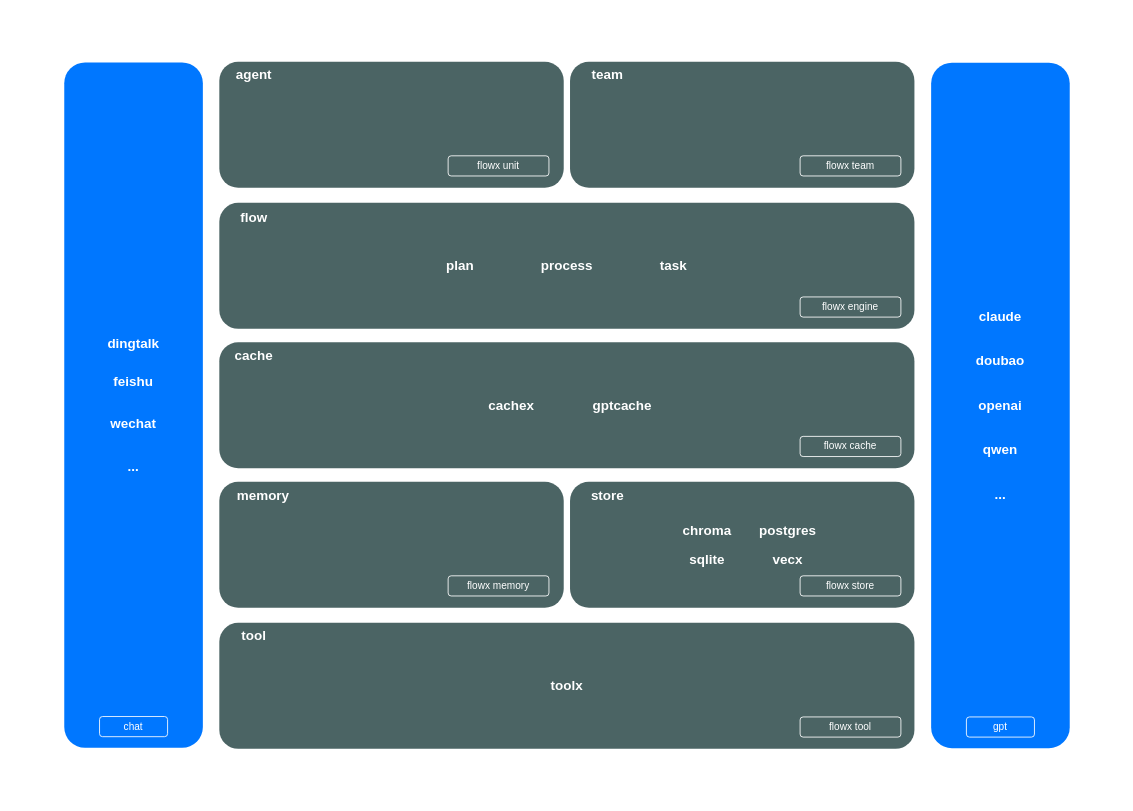
The draw.io diagram arch.drawio in ai-flowx/flowx, before the edit. Source tidied: cells renumbered, new cells numbered last; positions are measured from the earlier drawing's top-left corner, leaving out a move shared by most shapes. Both pictures are drawn from the tidied source at 84%, with x=0, y=0 at pixel (14, 14).
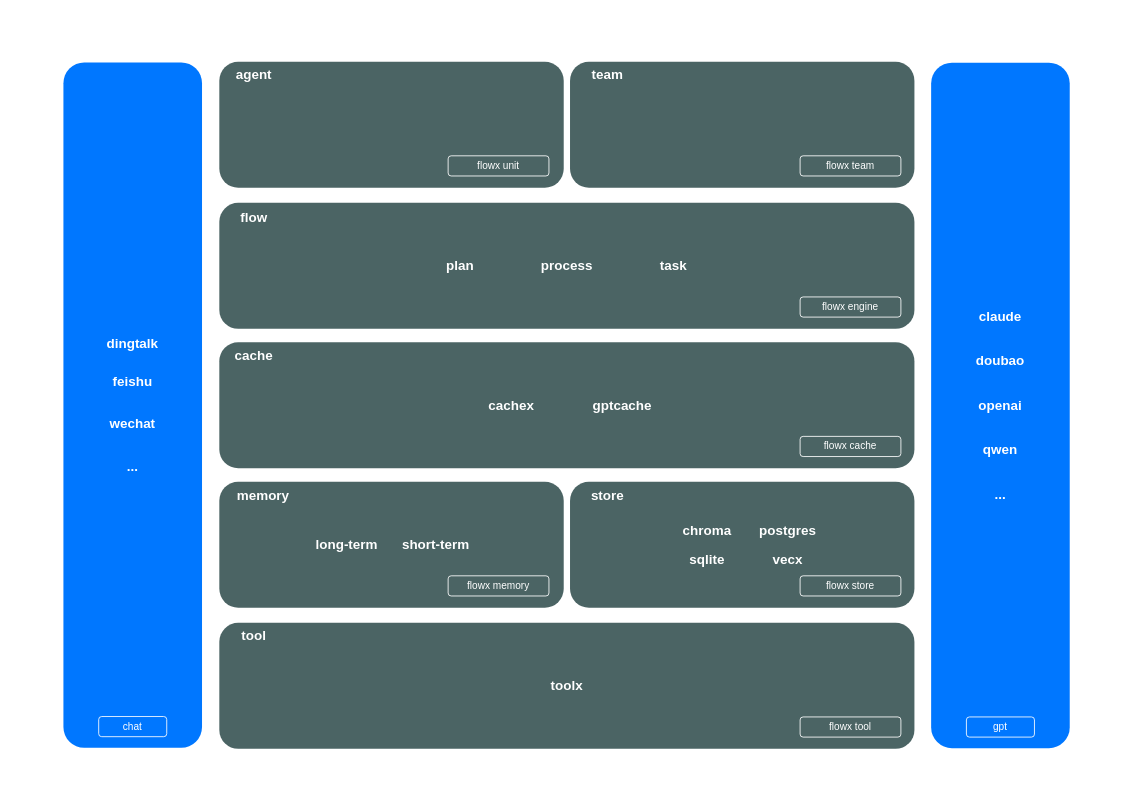
After the change.

Diff of the diagram source:
```diff
@@
     <mxCell id="3" style="rounded=1;whiteSpace=wrap;html=1;fillColor=#0077FF;strokeColor=none;" parent="1" vertex="1">
-      <mxGeometry x="59" y="56.8" width="165" height="816" as="geometry" />
+      <mxGeometry x="58" y="56.8" width="165" height="816" as="geometry" />
     </mxCell>
@@
     <mxCell id="13" value="&lt;b&gt;wechat&lt;/b&gt;" style="text;html=1;strokeColor=none;fillColor=none;align=center;verticalAlign=middle;whiteSpace=wrap;rounded=0;fontSize=16;fontColor=#FFFFFF;" parent="1" vertex="1">
-      <mxGeometry x="96" y="471.1" width="91" height="30" as="geometry" />
+      <mxGeometry x="95" y="471.1" width="91" height="30" as="geometry" />
     </mxCell>
     <mxCell id="14" value="&lt;b&gt;...&lt;/b&gt;" style="text;html=1;strokeColor=none;fillColor=none;align=center;verticalAlign=middle;whiteSpace=wrap;rounded=0;fontSize=16;fontColor=#FFFFFF;" parent="1" vertex="1">
-      <mxGeometry x="96" y="523.1" width="91" height="30" as="geometry" />
+      <mxGeometry x="95" y="523.1" width="91" height="30" as="geometry" />
     </mxCell>
     <mxCell id="15" value="&lt;b&gt;feishu&lt;/b&gt;" style="text;html=1;strokeColor=none;fillColor=none;align=center;verticalAlign=middle;whiteSpace=wrap;rounded=0;fontSize=16;fontColor=#FFFFFF;" parent="1" vertex="1">
-      <mxGeometry x="96" y="422.1" width="91" height="30" as="geometry" />
+      <mxGeometry x="95" y="422.1" width="91" height="30" as="geometry" />
     </mxCell>
     <mxCell id="16" value="&lt;b&gt;dingtalk&lt;/b&gt;" style="text;html=1;strokeColor=none;fillColor=none;align=center;verticalAlign=middle;whiteSpace=wrap;rounded=0;fontSize=16;fontColor=#FFFFFF;" parent="1" vertex="1">
-      <mxGeometry x="96" y="376.4" width="91" height="30" as="geometry" />
+      <mxGeometry x="95" y="376.4" width="91" height="30" as="geometry" />
     </mxCell>
@@
     <mxCell id="46" value="chat" style="text;html=1;strokeColor=#FFFFFF;fillColor=none;align=center;verticalAlign=middle;whiteSpace=wrap;rounded=1;fontStyle=0;fontColor=#FFFFFF;" parent="1" vertex="1">
-      <mxGeometry x="101" y="835.5" width="81" height="24" as="geometry" />
+      <mxGeometry x="100" y="835.5" width="81" height="24" as="geometry" />
     </mxCell>
+    <mxCell id="47" value="&lt;b&gt;long-term&lt;/b&gt;" style="text;html=1;strokeColor=none;fillColor=none;align=center;verticalAlign=middle;whiteSpace=wrap;rounded=0;fontSize=16;fontColor=#FFFFFF;" parent="1" vertex="1">
+      <mxGeometry x="350" y="616" width="91" height="30" as="geometry" />
+    </mxCell>
+    <mxCell id="48" value="&lt;b&gt;short-term&lt;/b&gt;" style="text;html=1;strokeColor=none;fillColor=none;align=center;verticalAlign=middle;whiteSpace=wrap;rounded=0;fontSize=16;fontColor=#FFFFFF;" parent="1" vertex="1">
+      <mxGeometry x="456.1" y="616" width="91" height="30" as="geometry" />
+    </mxCell>
```
